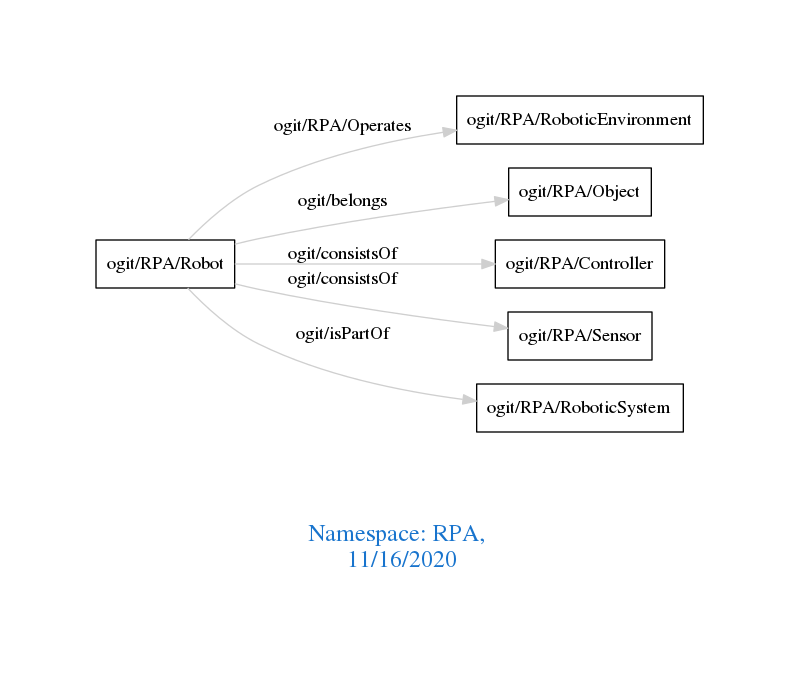
This is downloads/RPA.png from arago/OGIT, a Graphviz export, as it was before one commit. Its source is kept beside it as downloads/RPA.dot.
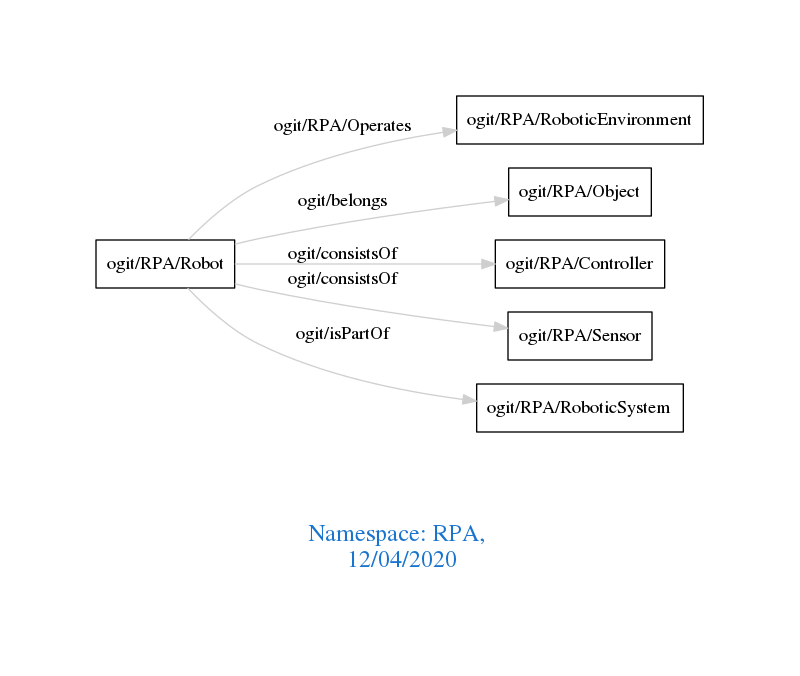
The same diagram one commit later.

Change to the diagram source:
```diff
@@ -1,7 +1,7 @@
 digraph OGIT_ontology {
  graph [ rankdir= LR,pad=1
 fontsize = 18,
-fontcolor= dodgerblue3,label = "\n\n\nNamespace: RPA, \n 11/16/2020"];
+fontcolor= dodgerblue3,label = "\n\n\nNamespace: RPA, \n 12/04/2020"];
 node[shape=polygon];
 edge [  color="gray81"];
 
```
